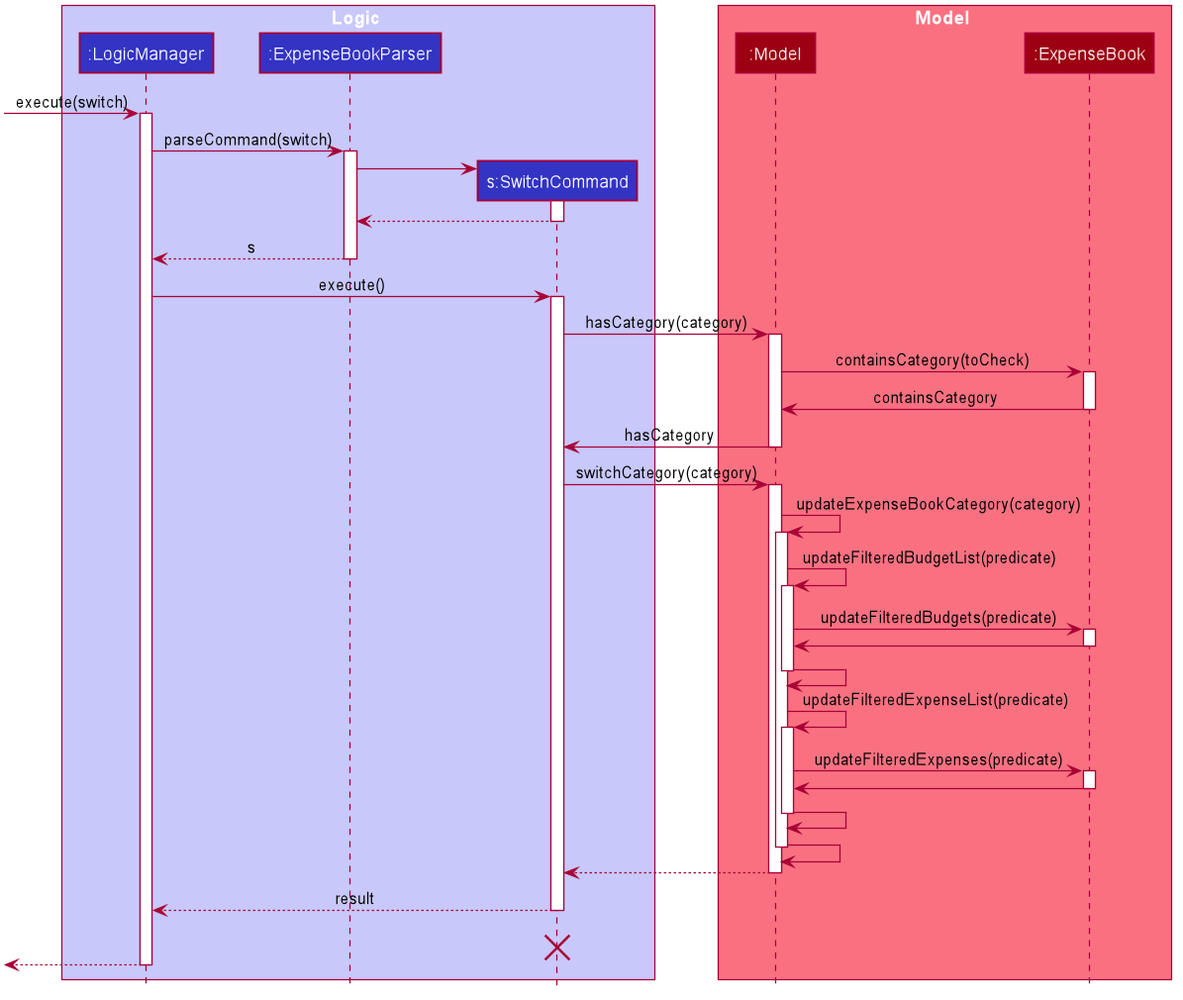
Earlier version of the PlantUML export docs/images/SwitchSequenceDiagram.png (nus-cs2103-AY2021S1/tp).
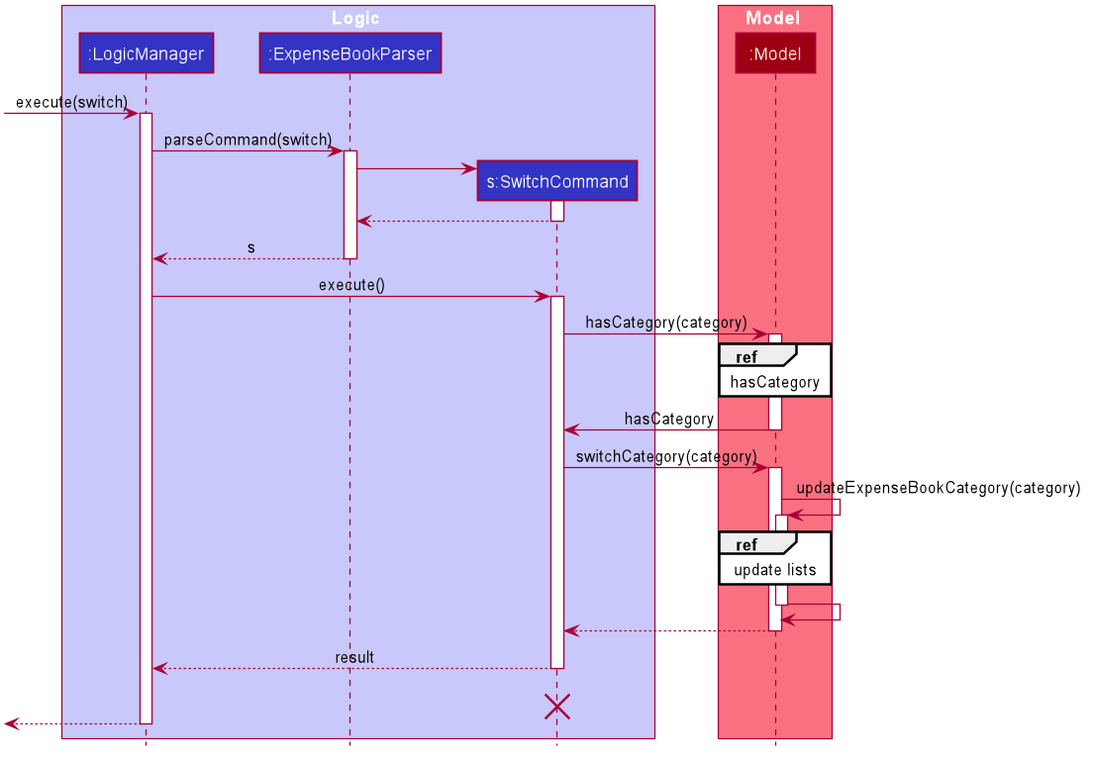
Above is the later version.

Commit message:
Break down sequence diagram

What changed in the source:
```diff
@@ -56,7 +56,6 @@
 
 box Model #F97181
 participant ":Model" as Model #9D0012
-participant ":ExpenseBook" as ExpenseBook #9D0012
 end box
 [-> LogicManager : execute(switch)
 activate LogicManager
@@ -80,11 +79,7 @@
 SwitchCommand -> Model : hasCategory(category)
 activate Model
 
-Model -> ExpenseBook : containsCategory(toCheck)
-activate ExpenseBook
-
-ExpenseBook -> Model : containsCategory
-deactivate ExpenseBook
+ref over Model : hasCategory
 
 Model -> SwitchCommand : hasCategory
 deactivate Model
@@ -95,29 +90,7 @@
 Model -> Model : updateExpenseBookCategory(category)
 activate Model
 
-Model -> Model : updateFilteredBudgetList(predicate)
-activate Model
-
-Model -> ExpenseBook : updateFilteredBudgets(predicate)
-activate ExpenseBook
-
-ExpenseBook -> Model
-deactivate ExpenseBook
-
-Model -> Model
-deactivate Model
-
-Model -> Model : updateFilteredExpenseList(predicate)
-activate Model
-
-Model -> ExpenseBook : updateFilteredExpenses(predicate)
-activate ExpenseBook
-
-ExpenseBook -> Model
-deactivate ExpenseBook
-
-Model -> Model
-deactivate Model
+ref over Model : update lists
 
 Model -> Model
 deactivate Model
```
